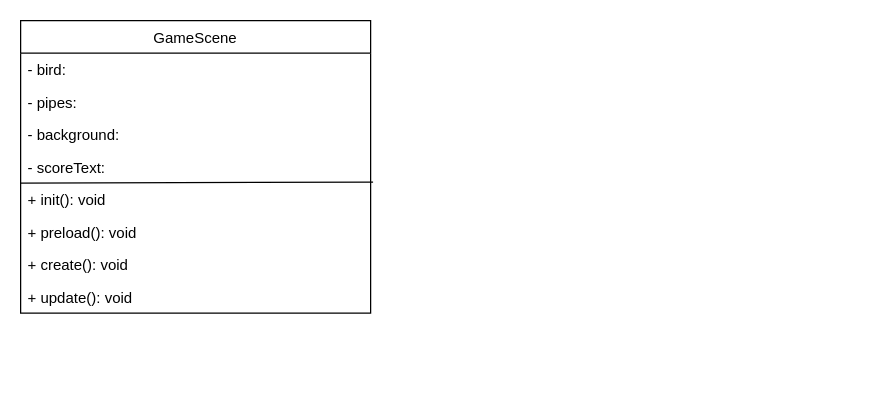
Above: docs/class.drawio in MTHS-ICS4U-1-2023/ICS4U-Final-Project-Joanne (draw.io), before the change. Source tidied: cells renumbered, new cells numbered last; positions are measured from the earlier drawing's top-left corner, leaving out a move shared by most shapes. Both pictures are drawn from the tidied source at 125%, with x=0, y=0 at pixel (20, 20).
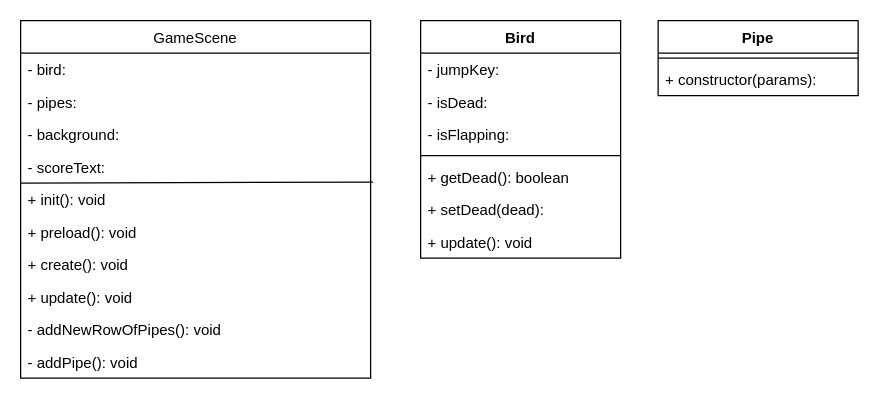
The same page after the edit.

Change to the diagram source:
```diff
@@
     <mxCell id="2" value="GameScene" style="swimlane;fontStyle=0;horizontal=1;startSize=26;fillColor=none;" parent="1" vertex="1">
-      <mxGeometry width="280" height="234" as="geometry" />
+      <mxGeometry width="280" height="286" as="geometry" />
     </mxCell>
@@
+    <mxCell id="12" value="- addNewRowOfPipes(): void" style="text;strokeColor=none;fillColor=none;align=left;verticalAlign=top;spacingLeft=4;spacingRight=4;overflow=hidden;" parent="2" vertex="1">
+      <mxGeometry y="234" width="280" height="26" as="geometry" />
+    </mxCell>
+    <mxCell id="13" value="- addPipe(): void" style="text;strokeColor=none;fillColor=none;align=left;verticalAlign=top;spacingLeft=4;spacingRight=4;overflow=hidden;" parent="2" vertex="1">
+      <mxGeometry y="260" width="280" height="26" as="geometry" />
+    </mxCell>
+    <mxCell id="14" value="Bird" style="swimlane;fontStyle=1;align=center;verticalAlign=top;horizontal=1;startSize=26;" parent="1" vertex="1">
+      <mxGeometry x="320" width="160" height="190" as="geometry" />
+    </mxCell>
+    <mxCell id="15" value="- jumpKey: " style="text;strokeColor=none;fillColor=none;align=left;verticalAlign=top;spacingLeft=4;spacingRight=4;overflow=hidden;" parent="14" vertex="1">
+      <mxGeometry y="26" width="160" height="26" as="geometry" />
+    </mxCell>
+    <mxCell id="16" value="- isDead: " style="text;strokeColor=none;fillColor=none;align=left;verticalAlign=top;spacingLeft=4;spacingRight=4;overflow=hidden;" parent="14" vertex="1">
+      <mxGeometry y="52" width="160" height="26" as="geometry" />
+    </mxCell>
+    <mxCell id="17" value="- isFlapping: " style="text;strokeColor=none;fillColor=none;align=left;verticalAlign=top;spacingLeft=4;spacingRight=4;overflow=hidden;" parent="14" vertex="1">
+      <mxGeometry y="78" width="160" height="26" as="geometry" />
+    </mxCell>
+    <mxCell id="18" style="line;strokeWidth=1;fillColor=none;align=left;verticalAlign=middle;spacingTop=-1;spacingLeft=3;spacingRight=3;labelPosition=right;strokeColor=inherit;" parent="14" vertex="1">
+      <mxGeometry y="104" width="160" height="8" as="geometry" />
+    </mxCell>
+    <mxCell id="19" value="+ getDead(): boolean" style="text;strokeColor=none;fillColor=none;align=left;verticalAlign=top;spacingLeft=4;spacingRight=4;overflow=hidden;" parent="14" vertex="1">
+      <mxGeometry y="112" width="160" height="26" as="geometry" />
+    </mxCell>
+    <mxCell id="20" value="+ setDead(dead): " style="text;strokeColor=none;fillColor=none;align=left;verticalAlign=top;spacingLeft=4;spacingRight=4;overflow=hidden;" parent="14" vertex="1">
+      <mxGeometry y="138" width="160" height="26" as="geometry" />
+    </mxCell>
+    <mxCell id="21" value="+ update(): void" style="text;strokeColor=none;fillColor=none;align=left;verticalAlign=top;spacingLeft=4;spacingRight=4;overflow=hidden;" parent="14" vertex="1">
+      <mxGeometry y="164" width="160" height="26" as="geometry" />
+    </mxCell>
+    <mxCell id="22" value="Pipe" style="swimlane;fontStyle=1;align=center;verticalAlign=top;horizontal=1;startSize=26;" parent="1" vertex="1">
+      <mxGeometry x="510" width="160" height="60" as="geometry" />
+    </mxCell>
+    <mxCell id="23" style="line;strokeWidth=1;fillColor=none;align=left;verticalAlign=middle;spacingTop=-1;spacingLeft=3;spacingRight=3;labelPosition=right;strokeColor=inherit;" parent="22" vertex="1">
+      <mxGeometry y="26" width="160" height="8" as="geometry" />
+    </mxCell>
+    <mxCell id="24" value="+ constructor(params): " style="text;strokeColor=none;fillColor=none;align=left;verticalAlign=top;spacingLeft=4;spacingRight=4;overflow=hidden;" parent="22" vertex="1">
+      <mxGeometry y="34" width="160" height="26" as="geometry" />
+    </mxCell>
```
